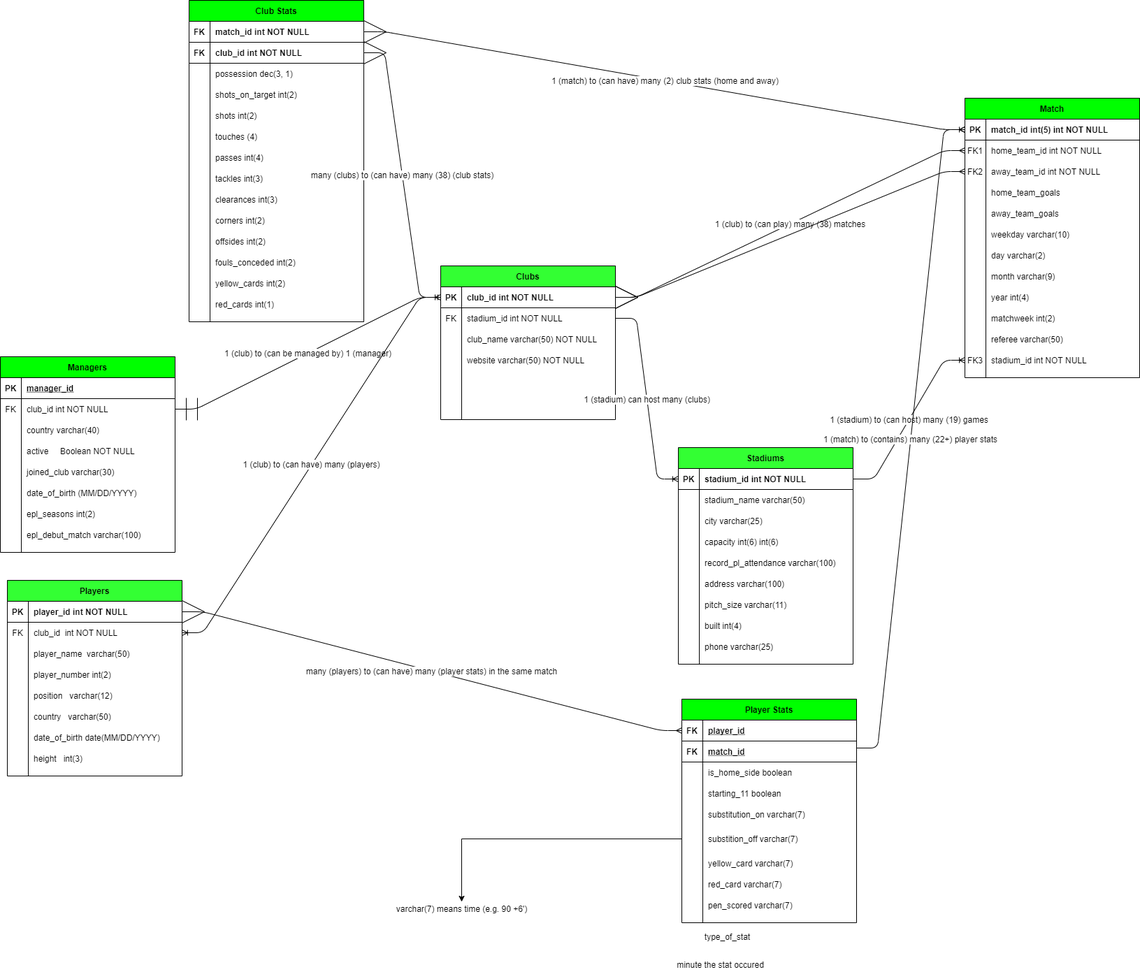
narekzamanyan97/Scraped-EPL-Data-Into-a-Database keeps this draw.io diagram as Premier League Database Model.png. Above is the earlier version. Source tidied: cells renumbered, new cells last; positions are measured from the earlier drawing's top-left corner, leaving out a move shared by most shapes.
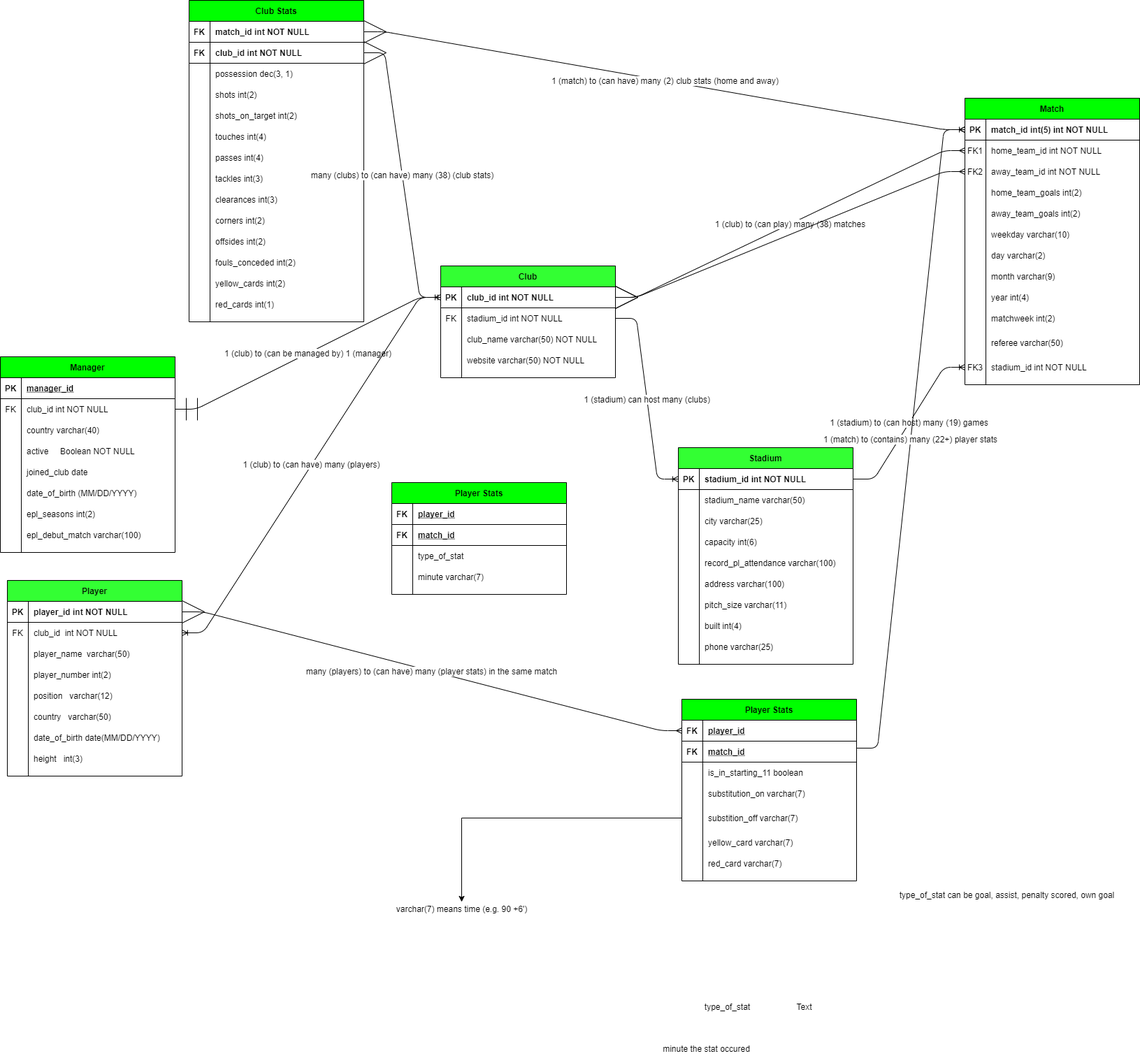
The same diagram one commit later.

What changed in the source:
```diff
@@ -4,3 +4,3 @@
     <mxCell id="1" parent="0" />
-    <mxCell id="2" value="Managers" style="shape=table;startSize=30;rowLines=0;fontStyle=1;align=center;fillColor=#00FF00;" parent="1" vertex="1">
+    <mxCell id="2" value="Manager" style="shape=table;startSize=30;rowLines=0;fontStyle=1;align=center;fillColor=#00FF00;" parent="1" vertex="1">
       <mxGeometry y="510" width="250" height="280" as="geometry" />
@@ -49,3 +49,3 @@
     </mxCell>
-    <mxCell id="17" value="joined_club varchar(30)" style="shape=partialRectangle;overflow=hidden;fillColor=none;top=0;left=0;bottom=0;right=0;align=left;spacingLeft=6;" parent="15" vertex="1">
+    <mxCell id="17" value="joined_club date" style="shape=partialRectangle;overflow=hidden;fillColor=none;top=0;left=0;bottom=0;right=0;align=left;spacingLeft=6;" parent="15" vertex="1">
       <mxGeometry x="30" width="220" height="30" as="geometry" />
@@ -80,3 +80,3 @@
     <mxCell id="27" value="Match" style="shape=table;startSize=30;rowLines=0;fontStyle=1;align=center;fillColor=#00FF00;" parent="1" vertex="1">
-      <mxGeometry x="1380" y="140" width="250" height="400" as="geometry" />
+      <mxGeometry x="1380" y="140" width="250" height="410" as="geometry" />
     </mxCell>
@@ -115,3 +115,3 @@
     </mxCell>
-    <mxCell id="39" value="home_team_goals" style="shape=partialRectangle;overflow=hidden;fillColor=none;top=0;left=0;bottom=0;right=0;align=left;spacingLeft=6;" parent="37" vertex="1">
+    <mxCell id="39" value="home_team_goals int(2)" style="shape=partialRectangle;overflow=hidden;fillColor=none;top=0;left=0;bottom=0;right=0;align=left;spacingLeft=6;" parent="37" vertex="1">
       <mxGeometry x="30" width="220" height="30" as="geometry" />
@@ -124,3 +124,3 @@
     </mxCell>
-    <mxCell id="42" value="away_team_goals" style="shape=partialRectangle;overflow=hidden;fillColor=none;top=0;left=0;bottom=0;right=0;align=left;spacingLeft=6;" parent="40" vertex="1">
+    <mxCell id="42" value="away_team_goals int(2)" style="shape=partialRectangle;overflow=hidden;fillColor=none;top=0;left=0;bottom=0;right=0;align=left;spacingLeft=6;" parent="40" vertex="1">
       <mxGeometry x="30" width="220" height="30" as="geometry" />
@@ -173,12 +173,12 @@
     <mxCell id="58" style="shape=partialRectangle;fillColor=none;top=0;left=0;right=0;bottom=0;" parent="27" vertex="1">
-      <mxGeometry y="330" width="250" height="30" as="geometry" />
+      <mxGeometry y="330" width="250" height="40" as="geometry" />
     </mxCell>
     <mxCell id="59" style="shape=partialRectangle;overflow=hidden;fillColor=none;top=0;left=0;bottom=0;right=0;" parent="58" vertex="1">
-      <mxGeometry width="30" height="30" as="geometry" />
+      <mxGeometry width="30" height="40" as="geometry" />
     </mxCell>
     <mxCell id="60" value="referee varchar(50)" style="shape=partialRectangle;overflow=hidden;fillColor=none;top=0;left=0;bottom=0;right=0;align=left;spacingLeft=6;" parent="58" vertex="1">
-      <mxGeometry x="30" width="220" height="30" as="geometry" />
+      <mxGeometry x="30" width="220" height="40" as="geometry" />
     </mxCell>
     <mxCell id="61" style="shape=partialRectangle;fillColor=none;points=[[0,0.5],[1,0.5]];portConstraint=eastwest;top=0;left=0;right=0;bottom=0;" parent="27" vertex="1">
-      <mxGeometry y="360" width="250" height="30" as="geometry" />
+      <mxGeometry y="370" width="250" height="30" as="geometry" />
     </mxCell>
@@ -190,3 +190,3 @@
     </mxCell>
-    <mxCell id="64" value="Players" style="shape=table;startSize=30;rowLines=0;fontStyle=1;align=center;fillColor=#33FF33;" parent="1" vertex="1">
+    <mxCell id="64" value="Player" style="shape=table;startSize=30;rowLines=0;fontStyle=1;align=center;fillColor=#33FF33;" parent="1" vertex="1">
       <mxGeometry x="10" y="830" width="250" height="280" as="geometry" />
@@ -265,3 +265,3 @@
     </mxCell>
-    <mxCell id="89" value="Stadiums" style="shape=table;startSize=30;rowLines=0;fontStyle=1;align=center;fillColor=#33FF33;" parent="1" vertex="1">
+    <mxCell id="89" value="Stadium" style="shape=table;startSize=30;rowLines=0;fontStyle=1;align=center;fillColor=#33FF33;" parent="1" vertex="1">
       <mxGeometry x="970" y="640" width="250" height="310" as="geometry" />
@@ -301,3 +301,3 @@
     </mxCell>
-    <mxCell id="101" value="capacity int(6) int(6)" style="shape=partialRectangle;overflow=hidden;fillColor=none;top=0;left=0;bottom=0;right=0;align=left;spacingLeft=6;" parent="99" vertex="1">
+    <mxCell id="101" value="capacity int(6)" style="shape=partialRectangle;overflow=hidden;fillColor=none;top=0;left=0;bottom=0;right=0;align=left;spacingLeft=6;" parent="99" vertex="1">
       <mxGeometry x="30" width="220" height="30" as="geometry" />
@@ -349,4 +349,4 @@
     </mxCell>
-    <mxCell id="117" value="Clubs" style="shape=table;startSize=30;rowLines=0;fontStyle=1;align=center;fillColor=#33FF33;" parent="1" vertex="1">
-      <mxGeometry x="630" y="380" width="250" height="220" as="geometry" />
+    <mxCell id="117" value="Club" style="shape=table;startSize=30;rowLines=0;fontStyle=1;align=center;fillColor=#33FF33;" parent="1" vertex="1">
+      <mxGeometry x="630" y="380" width="250" height="160" as="geometry" />
     </mxCell>
@@ -388,22 +388,4 @@
     </mxCell>
-    <mxCell id="130" style="shape=partialRectangle;fillColor=none;top=0;left=0;right=0;bottom=0;" parent="117" vertex="1">
-      <mxGeometry y="150" width="250" height="30" as="geometry" />
-    </mxCell>
-    <mxCell id="131" style="shape=partialRectangle;overflow=hidden;fillColor=none;top=0;left=0;bottom=0;right=0;" parent="130" vertex="1">
-      <mxGeometry width="30" height="30" as="geometry" />
-    </mxCell>
-    <mxCell id="132" style="shape=partialRectangle;overflow=hidden;fillColor=none;top=0;left=0;bottom=0;right=0;align=left;spacingLeft=6;" parent="130" vertex="1">
-      <mxGeometry x="30" width="220" height="30" as="geometry" />
-    </mxCell>
-    <mxCell id="133" style="shape=partialRectangle;fillColor=none;top=0;left=0;right=0;bottom=0;" parent="117" vertex="1">
-      <mxGeometry y="180" width="250" height="30" as="geometry" />
-    </mxCell>
-    <mxCell id="134" style="shape=partialRectangle;overflow=hidden;fillColor=none;top=0;left=0;bottom=0;right=0;" parent="133" vertex="1">
-      <mxGeometry width="30" height="30" as="geometry" />
-    </mxCell>
-    <mxCell id="135" style="shape=partialRectangle;overflow=hidden;fillColor=none;top=0;left=0;bottom=0;right=0;align=left;spacingLeft=6;" parent="133" vertex="1">
-      <mxGeometry x="30" width="220" height="30" as="geometry" />
-    </mxCell>
     <mxCell id="136" value="Player Stats" style="shape=table;startSize=30;rowLines=0;fontStyle=1;align=center;fillColor=#00FF00;" parent="1" vertex="1">
-      <mxGeometry x="975" y="1000" width="250" height="320" as="geometry" />
+      <mxGeometry x="975" y="1000" width="250" height="260" as="geometry" />
     </mxCell>
@@ -427,13 +409,4 @@
     </mxCell>
-    <mxCell id="143" style="shape=partialRectangle;fillColor=none;top=0;left=0;right=0;bottom=0;" parent="136" vertex="1">
-      <mxGeometry y="90" width="250" height="30" as="geometry" />
-    </mxCell>
-    <mxCell id="144" style="shape=partialRectangle;overflow=hidden;fillColor=none;top=0;left=0;bottom=0;right=0;" parent="143" vertex="1">
-      <mxGeometry width="30" height="30" as="geometry" />
-    </mxCell>
-    <mxCell id="145" value="is_home_side boolean" style="shape=partialRectangle;overflow=hidden;fillColor=none;top=0;left=0;bottom=0;right=0;align=left;spacingLeft=6;" parent="143" vertex="1">
-      <mxGeometry x="30" width="220" height="30" as="geometry" />
-    </mxCell>
     <mxCell id="146" style="shape=partialRectangle;fillColor=none;top=0;left=0;right=0;bottom=0;" parent="136" vertex="1">
-      <mxGeometry y="120" width="250" height="30" as="geometry" />
+      <mxGeometry y="90" width="250" height="30" as="geometry" />
     </mxCell>
@@ -442,3 +415,3 @@
     </mxCell>
-    <mxCell id="148" value="starting_11 boolean" style="shape=partialRectangle;overflow=hidden;fillColor=none;top=0;left=0;bottom=0;right=0;align=left;spacingLeft=6;" parent="146" vertex="1">
+    <mxCell id="148" value="is_in_starting_11 boolean" style="shape=partialRectangle;overflow=hidden;fillColor=none;top=0;left=0;bottom=0;right=0;align=left;spacingLeft=6;" parent="146" vertex="1">
       <mxGeometry x="30" width="220" height="30" as="geometry" />
@@ -446,3 +419,3 @@
     <mxCell id="149" style="shape=partialRectangle;fillColor=none;top=0;left=0;right=0;bottom=0;" parent="136" vertex="1">
-      <mxGeometry y="150" width="250" height="30" as="geometry" />
+      <mxGeometry y="120" width="250" height="30" as="geometry" />
     </mxCell>
@@ -455,3 +428,3 @@
     <mxCell id="152" style="shape=partialRectangle;fillColor=none;points=[[0,0.5],[1,0.5]];portConstraint=eastwest;top=0;left=0;right=0;bottom=0;" parent="136" vertex="1">
-      <mxGeometry y="180" width="250" height="40" as="geometry" />
+      <mxGeometry y="150" width="250" height="40" as="geometry" />
     </mxCell>
@@ -464,3 +437,3 @@
     <mxCell id="155" style="shape=partialRectangle;fillColor=none;top=0;left=0;right=0;bottom=0;" parent="136" vertex="1">
-      <mxGeometry y="220" width="250" height="30" as="geometry" />
+      <mxGeometry y="190" width="250" height="30" as="geometry" />
     </mxCell>
@@ -473,3 +446,3 @@
     <mxCell id="158" style="shape=partialRectangle;fillColor=none;top=0;left=0;right=0;bottom=0;" parent="136" vertex="1">
-      <mxGeometry y="250" width="250" height="30" as="geometry" />
+      <mxGeometry y="220" width="250" height="30" as="geometry" />
     </mxCell>
@@ -481,11 +454,2 @@
     </mxCell>
-    <mxCell id="161" style="shape=partialRectangle;fillColor=none;top=0;left=0;right=0;bottom=0;" parent="136" vertex="1">
-      <mxGeometry y="280" width="250" height="30" as="geometry" />
-    </mxCell>
-    <mxCell id="162" style="shape=partialRectangle;overflow=hidden;fillColor=none;top=0;left=0;bottom=0;right=0;" parent="161" vertex="1">
-      <mxGeometry width="30" height="30" as="geometry" />
-    </mxCell>
-    <mxCell id="163" value="pen_scored varchar(7)" style="shape=partialRectangle;overflow=hidden;fillColor=none;top=0;left=0;bottom=0;right=0;align=left;spacingLeft=6;" parent="161" vertex="1">
-      <mxGeometry x="30" width="220" height="30" as="geometry" />
-    </mxCell>
     <mxCell id="164" value="Club Stats" style="shape=table;startSize=30;rowLines=0;fontStyle=1;align=center;fillColor=#00FF00;" parent="1" vertex="1">
@@ -520,4 +484,13 @@
     </mxCell>
+    <mxCell id="177" style="shape=partialRectangle;fillColor=none;top=0;left=0;right=0;bottom=0;" parent="164" vertex="1">
+      <mxGeometry y="120" width="250" height="30" as="geometry" />
+    </mxCell>
+    <mxCell id="178" style="shape=partialRectangle;overflow=hidden;fillColor=none;top=0;left=0;bottom=0;right=0;" parent="177" vertex="1">
+      <mxGeometry width="30" height="30" as="geometry" />
+    </mxCell>
+    <mxCell id="179" value="shots int(2)" style="shape=partialRectangle;overflow=hidden;fillColor=none;top=0;left=0;bottom=0;right=0;align=left;spacingLeft=6;" parent="177" vertex="1">
+      <mxGeometry x="30" width="220" height="30" as="geometry" />
+    </mxCell>
     <mxCell id="174" style="shape=partialRectangle;fillColor=none;top=0;left=0;right=0;bottom=0;" parent="164" vertex="1">
-      <mxGeometry y="120" width="250" height="30" as="geometry" />
+      <mxGeometry y="150" width="250" height="30" as="geometry" />
     </mxCell>
@@ -529,11 +502,2 @@
     </mxCell>
-    <mxCell id="177" style="shape=partialRectangle;fillColor=none;top=0;left=0;right=0;bottom=0;" parent="164" vertex="1">
-      <mxGeometry y="150" width="250" height="30" as="geometry" />
-    </mxCell>
-    <mxCell id="178" style="shape=partialRectangle;overflow=hidden;fillColor=none;top=0;left=0;bottom=0;right=0;" parent="177" vertex="1">
-      <mxGeometry width="30" height="30" as="geometry" />
-    </mxCell>
-    <mxCell id="179" value="shots int(2)" style="shape=partialRectangle;overflow=hidden;fillColor=none;top=0;left=0;bottom=0;right=0;align=left;spacingLeft=6;" parent="177" vertex="1">
-      <mxGeometry x="30" width="220" height="30" as="geometry" />
-    </mxCell>
     <mxCell id="180" style="shape=partialRectangle;fillColor=none;top=0;left=0;right=0;bottom=0;" parent="164" vertex="1">
@@ -544,3 +508,3 @@
     </mxCell>
-    <mxCell id="182" value="touches (4)" style="shape=partialRectangle;overflow=hidden;fillColor=none;top=0;left=0;bottom=0;right=0;align=left;spacingLeft=6;" parent="180" vertex="1">
+    <mxCell id="182" value="touches int(4)" style="shape=partialRectangle;overflow=hidden;fillColor=none;top=0;left=0;bottom=0;right=0;align=left;spacingLeft=6;" parent="180" vertex="1">
       <mxGeometry x="30" width="220" height="30" as="geometry" />
@@ -656,7 +620,52 @@
     <mxCell id="219" value="type_of_stat" style="text;html=1;align=center;verticalAlign=middle;strokeColor=none;" parent="1" vertex="1">
-      <mxGeometry x="1000" y="1330" width="80" height="20" as="geometry" />
+      <mxGeometry x="1000" y="1430" width="80" height="20" as="geometry" />
     </mxCell>
     <mxCell id="220" value="minute the stat occured" style="text;html=1;align=center;verticalAlign=middle;strokeColor=none;" parent="1" vertex="1">
-      <mxGeometry x="960" y="1370" width="140" height="20" as="geometry" />
+      <mxGeometry x="940" y="1490" width="140" height="20" as="geometry" />
     </mxCell>
+    <mxCell id="221" value="Text" style="text;html=1;align=center;verticalAlign=middle;strokeColor=none;" parent="1" vertex="1">
+      <mxGeometry x="1130" y="1430" width="40" height="20" as="geometry" />
+    </mxCell>
+    <mxCell id="222" value="Player Stats" style="shape=table;startSize=30;rowLines=0;fontStyle=1;align=center;fillColor=#00FF00;" parent="1" vertex="1">
+      <mxGeometry x="560" y="690" width="250" height="160" as="geometry" />
+    </mxCell>
+    <mxCell id="223" style="shape=partialRectangle;fillColor=none;top=0;left=0;right=0;bottom=1;" parent="222" vertex="1">
+      <mxGeometry y="30" width="250" height="30" as="geometry" />
+    </mxCell>
+    <mxCell id="224" value="FK" style="shape=partialRectangle;overflow=hidden;fillColor=none;top=0;left=0;bottom=0;right=0;fontStyle=1;" parent="223" vertex="1">
+      <mxGeometry width="30" height="30" as="geometry" />
+    </mxCell>
+    <mxCell id="225" value="player_id" style="shape=partialRectangle;overflow=hidden;fillColor=none;top=0;left=0;bottom=0;right=0;align=left;spacingLeft=6;fontStyle=5;" parent="223" vertex="1">
+      <mxGeometry x="30" width="220" height="30" as="geometry" />
+    </mxCell>
+    <mxCell id="226" style="shape=partialRectangle;fillColor=none;top=0;left=0;right=0;bottom=1;" parent="222" vertex="1">
+      <mxGeometry y="60" width="250" height="30" as="geometry" />
+    </mxCell>
+    <mxCell id="227" value="FK" style="shape=partialRectangle;overflow=hidden;fillColor=none;top=0;left=0;bottom=0;right=0;fontStyle=1;" parent="226" vertex="1">
+      <mxGeometry width="30" height="30" as="geometry" />
+    </mxCell>
+    <mxCell id="228" value="match_id" style="shape=partialRectangle;overflow=hidden;fillColor=none;top=0;left=0;bottom=0;right=0;align=left;spacingLeft=6;fontStyle=5;" parent="226" vertex="1">
+      <mxGeometry x="30" width="220" height="30" as="geometry" />
+    </mxCell>
+    <mxCell id="143" style="shape=partialRectangle;fillColor=none;top=0;left=0;right=0;bottom=0;" parent="222" vertex="1">
+      <mxGeometry y="90" width="250" height="30" as="geometry" />
+    </mxCell>
+    <mxCell id="229" style="shape=partialRectangle;overflow=hidden;fillColor=none;top=0;left=0;bottom=0;right=0;" parent="143" vertex="1">
+      <mxGeometry width="30" height="30" as="geometry" />
+    </mxCell>
+    <mxCell id="230" value="type_of_stat " style="shape=partialRectangle;overflow=hidden;fillColor=none;top=0;left=0;bottom=0;right=0;align=left;spacingLeft=6;" parent="143" vertex="1">
+      <mxGeometry x="30" width="220" height="30" as="geometry" />
+    </mxCell>
+    <mxCell id="231" style="shape=partialRectangle;fillColor=none;top=0;left=0;right=0;bottom=0;" parent="222" vertex="1">
+      <mxGeometry y="120" width="250" height="30" as="geometry" />
+    </mxCell>
+    <mxCell id="232" style="shape=partialRectangle;overflow=hidden;fillColor=none;top=0;left=0;bottom=0;right=0;" parent="231" vertex="1">
+      <mxGeometry width="30" height="30" as="geometry" />
+    </mxCell>
+    <mxCell id="233" value="minute varchar(7)" style="shape=partialRectangle;overflow=hidden;fillColor=none;top=0;left=0;bottom=0;right=0;align=left;spacingLeft=6;" parent="231" vertex="1">
+      <mxGeometry x="30" width="220" height="30" as="geometry" />
+    </mxCell>
+    <mxCell id="234" value="type_of_stat can be goal, assist, penalty scored, own goal" style="text;html=1;align=center;verticalAlign=middle;strokeColor=none;" parent="1" vertex="1">
+      <mxGeometry x="1280" y="1270" width="320" height="20" as="geometry" />
+    </mxCell>
   </root>
```
